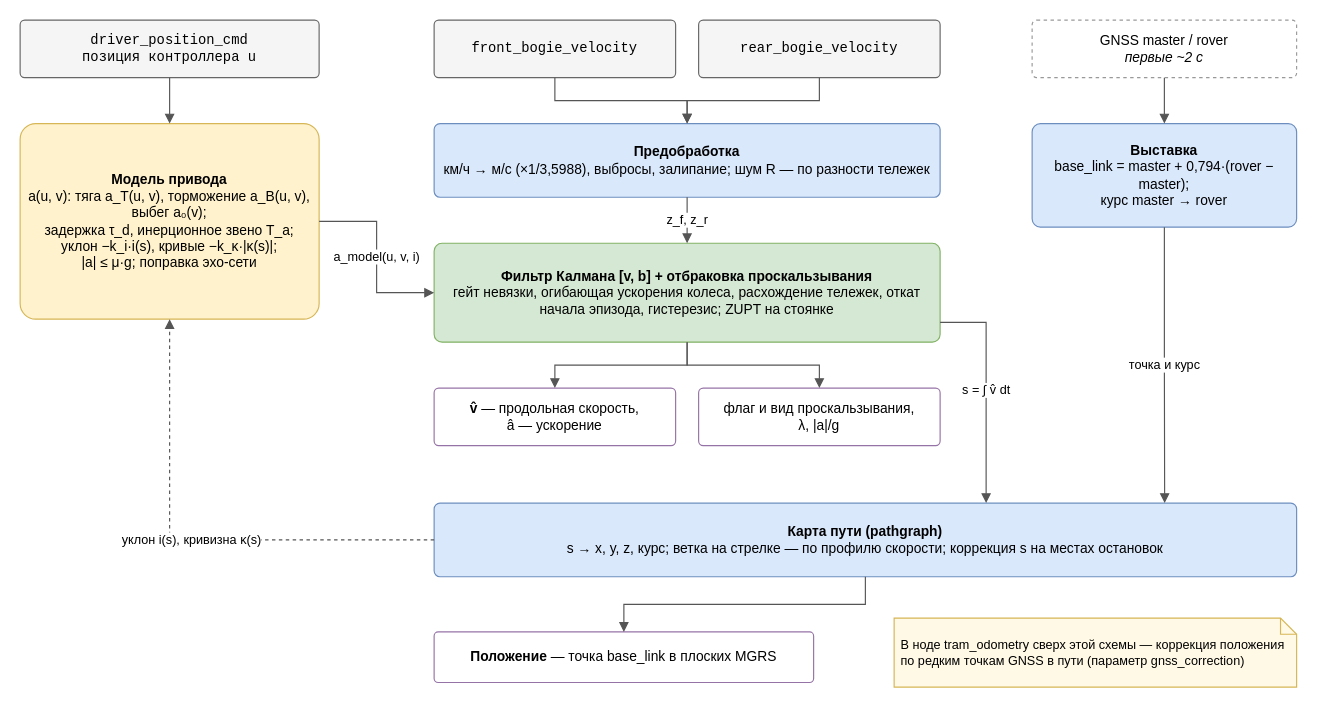
KroLor/respos keeps this draw.io diagram as docs/images/model_structure.drawio. Above is the earlier version. Source tidied: cells renumbered, new cells numbered last; positions are measured from the earlier drawing's top-left corner, leaving out a move shared by most shapes. Both pictures are drawn from the tidied source at 115%, with x=0, y=0 at pixel (20, 20).
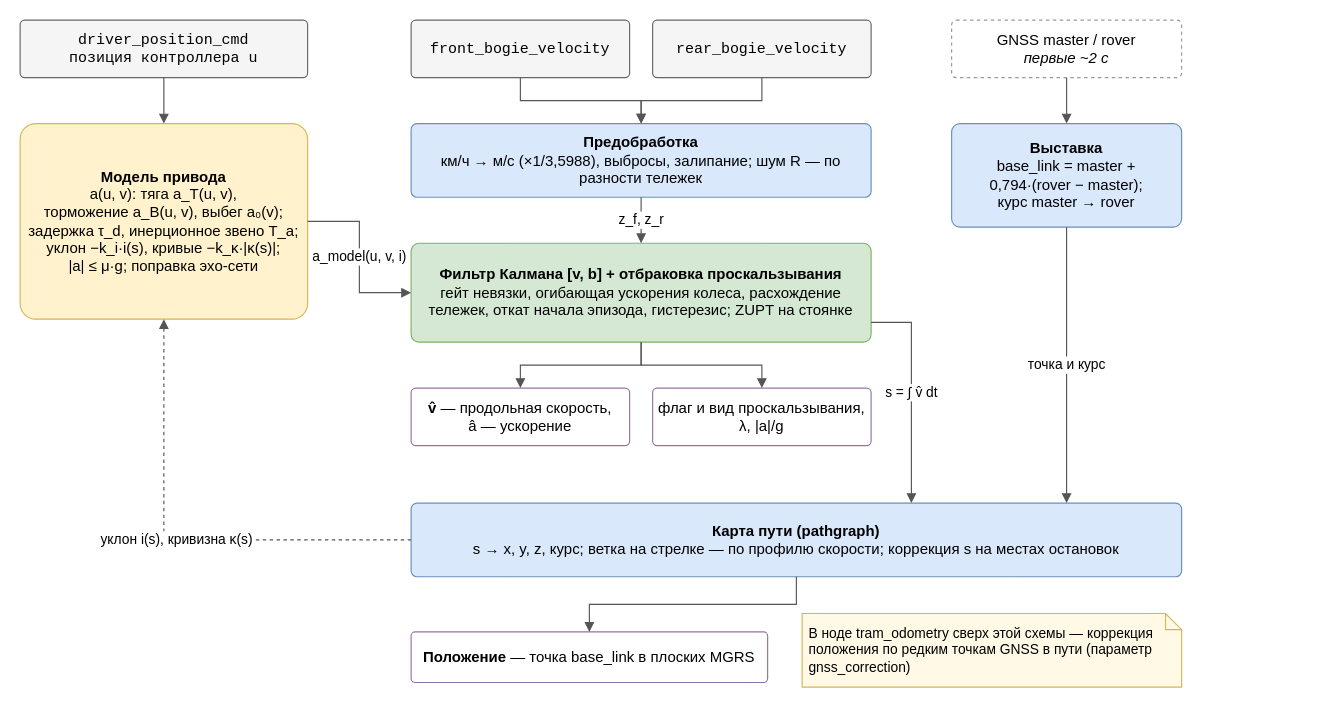
The same page after the edit.

Commit message (it also covers changes not shown here):
Render the model diagram as SVG with even margins

What changed in the source:
```diff
@@
-    <mxCell id="2" value="driver_position_cmd&lt;br&gt;позиция контроллера u" style="rounded=1;whiteSpace=wrap;html=1;arcSize=8;fontSize=12;spacing=6;fillColor=#f5f5f5;strokeColor=#666666;fontFamily=Courier New;" parent="1" vertex="1">
-      <mxGeometry width="260" height="50" as="geometry" />
+    <mxCell id="2" value="driver_position_cmd&lt;br&gt;позиция контроллера u" style="rounded=1;whiteSpace=wrap;html=1;arcSize=8;fontSize=13;spacing=6;fillColor=#f5f5f5;strokeColor=#666666;fontFamily=Courier New;" parent="1" vertex="1">
+      <mxGeometry width="250" height="50" as="geometry" />
     </mxCell>
-    <mxCell id="3" value="front_bogie_velocity" style="rounded=1;whiteSpace=wrap;html=1;arcSize=8;fontSize=12;spacing=6;fillColor=#f5f5f5;strokeColor=#666666;fontFamily=Courier New;" parent="1" vertex="1">
-      <mxGeometry x="360" width="210" height="50" as="geometry" />
+    <mxCell id="3" value="front_bogie_velocity" style="rounded=1;whiteSpace=wrap;html=1;arcSize=8;fontSize=13;spacing=6;fillColor=#f5f5f5;strokeColor=#666666;fontFamily=Courier New;" parent="1" vertex="1">
+      <mxGeometry x="340" width="190" height="50" as="geometry" />
     </mxCell>
-    <mxCell id="4" value="rear_bogie_velocity" style="rounded=1;whiteSpace=wrap;html=1;arcSize=8;fontSize=12;spacing=6;fillColor=#f5f5f5;strokeColor=#666666;fontFamily=Courier New;" parent="1" vertex="1">
-      <mxGeometry x="590" width="210" height="50" as="geometry" />
+    <mxCell id="4" value="rear_bogie_velocity" style="rounded=1;whiteSpace=wrap;html=1;arcSize=8;fontSize=13;spacing=6;fillColor=#f5f5f5;strokeColor=#666666;fontFamily=Courier New;" parent="1" vertex="1">
+      <mxGeometry x="550" width="190" height="50" as="geometry" />
     </mxCell>
-    <mxCell id="5" value="GNSS master / rover&lt;br&gt;&lt;i&gt;первые ~2 с&lt;/i&gt;" style="rounded=1;whiteSpace=wrap;html=1;arcSize=8;fontSize=12;spacing=6;fillColor=#ffffff;strokeColor=#999999;dashed=1;" parent="1" vertex="1">
-      <mxGeometry x="880" width="230" height="50" as="geometry" />
+    <mxCell id="5" value="GNSS master / rover&lt;br&gt;&lt;i&gt;первые ~2 с&lt;/i&gt;" style="rounded=1;whiteSpace=wrap;html=1;arcSize=8;fontSize=13;spacing=6;fillColor=#ffffff;strokeColor=#999999;dashed=1;" parent="1" vertex="1">
+      <mxGeometry x="810" width="200" height="50" as="geometry" />
     </mxCell>
-    <mxCell id="6" value="&lt;b&gt;Модель привода&lt;/b&gt;&lt;br&gt;a(u, v): тяга a_T(u, v), торможение a_B(u, v), выбег a₀(v);&lt;br&gt;задержка τ_d, инерционное звено T_a;&lt;br&gt;уклон −k_i·i(s), кривые −k_κ·|κ(s)|;&lt;br&gt;|a| ≤ μ·g; поправка эхо-сети" style="rounded=1;whiteSpace=wrap;html=1;arcSize=8;fontSize=12;spacing=6;fillColor=#fff2cc;strokeColor=#d6b656;" parent="1" vertex="1">
-      <mxGeometry y="90" width="260" height="170" as="geometry" />
+    <mxCell id="6" value="&lt;b&gt;Модель привода&lt;/b&gt;&lt;br&gt;a(u, v): тяга a_T(u, v),&lt;br&gt;торможение a_B(u, v), выбег a₀(v);&lt;br&gt;задержка τ_d, инерционное звено T_a;&lt;br&gt;уклон −k_i·i(s), кривые −k_κ·|κ(s)|;&lt;br&gt;|a| ≤ μ·g; поправка эхо-сети" style="rounded=1;whiteSpace=wrap;html=1;arcSize=8;fontSize=13;spacing=6;fillColor=#fff2cc;strokeColor=#d6b656;" parent="1" vertex="1">
+      <mxGeometry y="90" width="250" height="170" as="geometry" />
     </mxCell>
-    <mxCell id="7" value="&lt;b&gt;Предобработка&lt;/b&gt;&lt;br&gt;км/ч → м/с (×1/3,5988), выбросы, залипание; шум R — по разности тележек" style="rounded=1;whiteSpace=wrap;html=1;arcSize=8;fontSize=12;spacing=6;fillColor=#dae8fc;strokeColor=#6c8ebf;" parent="1" vertex="1">
-      <mxGeometry x="360" y="90" width="440" height="64" as="geometry" />
+    <mxCell id="7" value="&lt;b&gt;Предобработка&lt;/b&gt;&lt;br&gt;км/ч → м/с (×1/3,5988), выбросы, залипание; шум R — по разности тележек" style="rounded=1;whiteSpace=wrap;html=1;arcSize=8;fontSize=13;spacing=6;fillColor=#dae8fc;strokeColor=#6c8ebf;" parent="1" vertex="1">
+      <mxGeometry x="340" y="90" width="400" height="64" as="geometry" />
     </mxCell>
-    <mxCell id="8" value="&lt;b&gt;Выставка&lt;/b&gt;&lt;br&gt;base_link = master + 0,794·(rover − master);&lt;br&gt;курс master → rover" style="rounded=1;whiteSpace=wrap;html=1;arcSize=8;fontSize=12;spacing=6;fillColor=#dae8fc;strokeColor=#6c8ebf;" parent="1" vertex="1">
-      <mxGeometry x="880" y="90" width="230" height="90" as="geometry" />
+    <mxCell id="8" value="&lt;b&gt;Выставка&lt;/b&gt;&lt;br&gt;base_link = master +&lt;br&gt;0,794·(rover − master);&lt;br&gt;курс master → rover" style="rounded=1;whiteSpace=wrap;html=1;arcSize=8;fontSize=13;spacing=6;fillColor=#dae8fc;strokeColor=#6c8ebf;" parent="1" vertex="1">
+      <mxGeometry x="810" y="90" width="200" height="90" as="geometry" />
     </mxCell>
-    <mxCell id="9" value="&lt;b&gt;Фильтр Калмана [v, b] + отбраковка проскальзывания&lt;/b&gt;&lt;br&gt;гейт невязки, огибающая ускорения колеса, расхождение тележек, откат начала эпизода, гистерезис; ZUPT на стоянке" style="rounded=1;whiteSpace=wrap;html=1;arcSize=8;fontSize=12;spacing=6;fillColor=#d5e8d4;strokeColor=#82b366;" parent="1" vertex="1">
-      <mxGeometry x="360" y="194" width="440" height="86" as="geometry" />
+    <mxCell id="9" value="&lt;b&gt;Фильтр Калмана [v, b] + отбраковка проскальзывания&lt;/b&gt;&lt;br&gt;гейт невязки, огибающая ускорения колеса, расхождение тележек, откат начала эпизода, гистерезис; ZUPT на стоянке" style="rounded=1;whiteSpace=wrap;html=1;arcSize=8;fontSize=13;spacing=6;fillColor=#d5e8d4;strokeColor=#82b366;" parent="1" vertex="1">
+      <mxGeometry x="340" y="194" width="400" height="86" as="geometry" />
     </mxCell>
-    <mxCell id="10" value="&lt;b&gt;v̂&lt;/b&gt; — продольная скорость,&lt;br&gt;â — ускорение" style="rounded=1;whiteSpace=wrap;html=1;arcSize=8;fontSize=12;spacing=6;fillColor=#ffffff;strokeColor=#9673a6;fontFamily=Courier New;fontFamily=Helvetica;" parent="1" vertex="1">
-      <mxGeometry x="360" y="320" width="210" height="50" as="geometry" />
+    <mxCell id="10" value="&lt;b&gt;v̂&lt;/b&gt; — продольная скорость,&lt;br&gt;â — ускорение" style="rounded=1;whiteSpace=wrap;html=1;arcSize=8;fontSize=13;spacing=6;fillColor=#ffffff;strokeColor=#9673a6;fontFamily=Courier New;fontFamily=Helvetica;" parent="1" vertex="1">
+      <mxGeometry x="340" y="320" width="190" height="50" as="geometry" />
     </mxCell>
-    <mxCell id="11" value="флаг и вид проскальзывания,&lt;br&gt;λ, |a|/g" style="rounded=1;whiteSpace=wrap;html=1;arcSize=8;fontSize=12;spacing=6;fillColor=#ffffff;strokeColor=#9673a6;fontFamily=Courier New;fontFamily=Helvetica;" parent="1" vertex="1">
-      <mxGeometry x="590" y="320" width="210" height="50" as="geometry" />
+    <mxCell id="11" value="флаг и вид проскальзывания,&lt;br&gt;λ, |a|/g" style="rounded=1;whiteSpace=wrap;html=1;arcSize=8;fontSize=13;spacing=6;fillColor=#ffffff;strokeColor=#9673a6;fontFamily=Courier New;fontFamily=Helvetica;" parent="1" vertex="1">
+      <mxGeometry x="550" y="320" width="190" height="50" as="geometry" />
     </mxCell>
-    <mxCell id="12" value="&lt;b&gt;Карта пути (pathgraph)&lt;/b&gt;&lt;br&gt;s → x, y, z, курс; ветка на стрелке — по профилю скорости; коррекция s на местах остановок" style="rounded=1;whiteSpace=wrap;html=1;arcSize=8;fontSize=12;spacing=6;fillColor=#dae8fc;strokeColor=#6c8ebf;" parent="1" vertex="1">
-      <mxGeometry x="360" y="420" width="750" height="64" as="geometry" />
+    <mxCell id="12" value="&lt;b&gt;Карта пути (pathgraph)&lt;/b&gt;&lt;br&gt;s → x, y, z, курс; ветка на стрелке — по профилю скорости; коррекция s на местах остановок" style="rounded=1;whiteSpace=wrap;html=1;arcSize=8;fontSize=13;spacing=6;fillColor=#dae8fc;strokeColor=#6c8ebf;" parent="1" vertex="1">
+      <mxGeometry x="340" y="420" width="670" height="64" as="geometry" />
     </mxCell>
-    <mxCell id="13" value="&lt;b&gt;Положение&lt;/b&gt; — точка base_link в плоских MGRS" style="rounded=1;whiteSpace=wrap;html=1;arcSize=8;fontSize=12;spacing=6;fillColor=#ffffff;strokeColor=#9673a6;fontFamily=Courier New;fontFamily=Helvetica;" parent="1" vertex="1">
-      <mxGeometry x="360" y="532" width="330" height="44" as="geometry" />
+    <mxCell id="13" value="&lt;b&gt;Положение&lt;/b&gt; — точка base_link в плоских MGRS" style="rounded=1;whiteSpace=wrap;html=1;arcSize=8;fontSize=13;spacing=6;fillColor=#ffffff;strokeColor=#9673a6;fontFamily=Courier New;fontFamily=Helvetica;" parent="1" vertex="1">
+      <mxGeometry x="340" y="532" width="310" height="44" as="geometry" />
     </mxCell>
-    <mxCell id="14" value="В ноде tram_odometry сверх этой схемы — коррекция положения по редким точкам GNSS в пути (параметр gnss_correction)" style="shape=note;whiteSpace=wrap;html=1;size=14;fontSize=11;spacing=6;fillColor=#fff9e6;strokeColor=#d6b656;align=left;" parent="1" vertex="1">
-      <mxGeometry x="760" y="520" width="350" height="60" as="geometry" />
+    <mxCell id="14" value="В ноде tram_odometry сверх этой схемы — коррекция положения по редким точкам GNSS в пути (параметр gnss_correction)" style="shape=note;whiteSpace=wrap;html=1;size=14;fontSize=12;spacing=6;fillColor=#fff9e6;strokeColor=#d6b656;align=left;" parent="1" vertex="1">
+      <mxGeometry x="680" y="516" width="330" height="64" as="geometry" />
     </mxCell>
-    <mxCell id="15" style="edgeStyle=orthogonalEdgeStyle;rounded=0;html=1;endArrow=block;endFill=1;fontSize=11;strokeColor=#555555;labelBackgroundColor=#ffffff;" parent="1" edge="1" source="2" target="6">
+    <mxCell id="15" style="edgeStyle=orthogonalEdgeStyle;rounded=0;html=1;endArrow=block;endFill=1;fontSize=12;strokeColor=#555555;labelBackgroundColor=#ffffff;" parent="1" edge="1" source="2" target="6">
       <mxGeometry relative="1" as="geometry" />
     </mxCell>
-    <mxCell id="16" style="edgeStyle=orthogonalEdgeStyle;rounded=0;html=1;endArrow=block;endFill=1;fontSize=11;strokeColor=#555555;labelBackgroundColor=#ffffff;" parent="1" edge="1" source="3" target="7">
+    <mxCell id="16" style="edgeStyle=orthogonalEdgeStyle;rounded=0;html=1;endArrow=block;endFill=1;fontSize=12;strokeColor=#555555;labelBackgroundColor=#ffffff;" parent="1" edge="1" source="3" target="7">
       <mxGeometry relative="1" as="geometry" />
     </mxCell>
-    <mxCell id="17" style="edgeStyle=orthogonalEdgeStyle;rounded=0;html=1;endArrow=block;endFill=1;fontSize=11;strokeColor=#555555;labelBackgroundColor=#ffffff;" parent="1" edge="1" source="4" target="7">
+    <mxCell id="17" style="edgeStyle=orthogonalEdgeStyle;rounded=0;html=1;endArrow=block;endFill=1;fontSize=12;strokeColor=#555555;labelBackgroundColor=#ffffff;" parent="1" edge="1" source="4" target="7">
       <mxGeometry relative="1" as="geometry" />
     </mxCell>
-    <mxCell id="18" style="edgeStyle=orthogonalEdgeStyle;rounded=0;html=1;endArrow=block;endFill=1;fontSize=11;strokeColor=#555555;labelBackgroundColor=#ffffff;" parent="1" edge="1" source="5" target="8">
+    <mxCell id="18" style="edgeStyle=orthogonalEdgeStyle;rounded=0;html=1;endArrow=block;endFill=1;fontSize=12;strokeColor=#555555;labelBackgroundColor=#ffffff;" parent="1" edge="1" source="5" target="8">
       <mxGeometry relative="1" as="geometry" />
     </mxCell>
-    <mxCell id="19" value="z_f, z_r" style="edgeStyle=orthogonalEdgeStyle;rounded=0;html=1;endArrow=block;endFill=1;fontSize=11;strokeColor=#555555;labelBackgroundColor=#ffffff;" parent="1" edge="1" source="7" target="9">
+    <mxCell id="19" value="z_f, z_r" style="edgeStyle=orthogonalEdgeStyle;rounded=0;html=1;endArrow=block;endFill=1;fontSize=12;strokeColor=#555555;labelBackgroundColor=#ffffff;" parent="1" edge="1" source="7" target="9">
       <mxGeometry relative="1" as="geometry" />
     </mxCell>
-    <mxCell id="20" value="a_model(u, v, i)" style="edgeStyle=orthogonalEdgeStyle;rounded=0;html=1;endArrow=block;endFill=1;fontSize=11;strokeColor=#555555;labelBackgroundColor=#ffffff;" parent="1" edge="1" source="6" target="9">
+    <mxCell id="20" value="a_model(u, v, i)" style="edgeStyle=orthogonalEdgeStyle;rounded=0;html=1;endArrow=block;endFill=1;fontSize=12;strokeColor=#555555;labelBackgroundColor=#ffffff;" parent="1" edge="1" source="6" target="9">
       <mxGeometry relative="1" as="geometry" />
     </mxCell>
-    <mxCell id="21" style="edgeStyle=orthogonalEdgeStyle;rounded=0;html=1;endArrow=block;endFill=1;fontSize=11;strokeColor=#555555;labelBackgroundColor=#ffffff;" parent="1" edge="1" source="9" target="10">
+    <mxCell id="21" style="edgeStyle=orthogonalEdgeStyle;rounded=0;html=1;endArrow=block;endFill=1;fontSize=12;strokeColor=#555555;labelBackgroundColor=#ffffff;" parent="1" edge="1" source="9" target="10">
       <mxGeometry relative="1" as="geometry" />
     </mxCell>
-    <mxCell id="22" style="edgeStyle=orthogonalEdgeStyle;rounded=0;html=1;endArrow=block;endFill=1;fontSize=11;strokeColor=#555555;labelBackgroundColor=#ffffff;" parent="1" edge="1" source="9" target="11">
+    <mxCell id="22" style="edgeStyle=orthogonalEdgeStyle;rounded=0;html=1;endArrow=block;endFill=1;fontSize=12;strokeColor=#555555;labelBackgroundColor=#ffffff;" parent="1" edge="1" source="9" target="11">
       <mxGeometry relative="1" as="geometry" />
     </mxCell>
-    <mxCell id="23" value="s = ∫ v̂ dt" style="edgeStyle=orthogonalEdgeStyle;rounded=0;html=1;endArrow=block;endFill=1;fontSize=11;strokeColor=#555555;labelBackgroundColor=#ffffff;exitX=1;exitY=0.8;exitDx=0;exitDy=0;entryX=0.64;entryY=0;entryDx=0;entryDy=0;" parent="1" edge="1" source="9" target="12">
+    <mxCell id="23" value="s = ∫ v̂ dt" style="edgeStyle=orthogonalEdgeStyle;rounded=0;html=1;endArrow=block;endFill=1;fontSize=12;strokeColor=#555555;labelBackgroundColor=#ffffff;exitX=1;exitY=0.8;exitDx=0;exitDy=0;entryX=0.6493;entryY=0;entryDx=0;entryDy=0;" parent="1" edge="1" source="9" target="12">
       <mxGeometry relative="1" as="geometry" />
     </mxCell>
-    <mxCell id="24" value="точка и курс" style="edgeStyle=orthogonalEdgeStyle;rounded=0;html=1;endArrow=block;endFill=1;fontSize=11;strokeColor=#555555;labelBackgroundColor=#ffffff;entryX=0.847;entryY=0;entryDx=0;entryDy=0;" parent="1" edge="1" source="8" target="12">
+    <mxCell id="24" value="точка и курс" style="edgeStyle=orthogonalEdgeStyle;rounded=0;html=1;endArrow=block;endFill=1;fontSize=12;strokeColor=#555555;labelBackgroundColor=#ffffff;entryX=0.8507;entryY=0;entryDx=0;entryDy=0;" parent="1" edge="1" source="8" target="12">
       <mxGeometry relative="1" as="geometry" />
     </mxCell>
-    <mxCell id="25" value="уклон i(s), кривизна κ(s)" style="edgeStyle=orthogonalEdgeStyle;rounded=0;html=1;endArrow=block;endFill=1;fontSize=11;strokeColor=#555555;labelBackgroundColor=#ffffff;dashed=1;exitX=0;exitY=0.5;exitDx=0;exitDy=0;entryX=0.5;entryY=1;entryDx=0;entryDy=0;" parent="1" edge="1" source="12" target="6">
+    <mxCell id="25" value="уклон i(s), кривизна κ(s)" style="edgeStyle=orthogonalEdgeStyle;rounded=0;html=1;endArrow=block;endFill=1;fontSize=12;strokeColor=#555555;labelBackgroundColor=#ffffff;dashed=1;exitX=0;exitY=0.5;exitDx=0;exitDy=0;entryX=0.5;entryY=1;entryDx=0;entryDy=0;" parent="1" edge="1" source="12" target="6">
       <mxGeometry relative="1" as="geometry" />
     </mxCell>
-    <mxCell id="26" style="edgeStyle=orthogonalEdgeStyle;rounded=0;html=1;endArrow=block;endFill=1;fontSize=11;strokeColor=#555555;labelBackgroundColor=#ffffff;" parent="1" edge="1" source="12" target="13">
+    <mxCell id="26" style="edgeStyle=orthogonalEdgeStyle;rounded=0;html=1;endArrow=block;endFill=1;fontSize=12;strokeColor=#555555;labelBackgroundColor=#ffffff;" parent="1" edge="1" source="12" target="13">
       <mxGeometry relative="1" as="geometry" />
     </mxCell>
```
